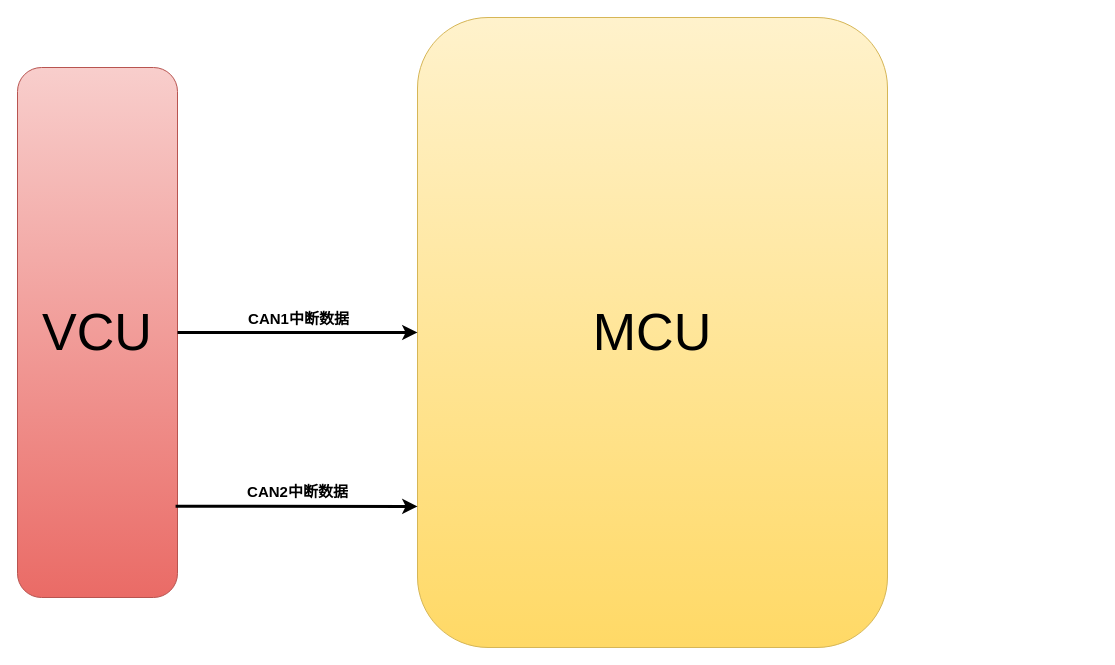
This is 小牛MCU框架图.drawio from liangchaojiang/WindowsProject1, a draw.io file, before an edit. Source tidied: cells renumbered, new cells numbered last; positions are measured from the earlier drawing's top-left corner, leaving out a move shared by most shapes. Both pictures are drawn from the tidied source at 100%, with x=0, y=0 at pixel (17, 17).
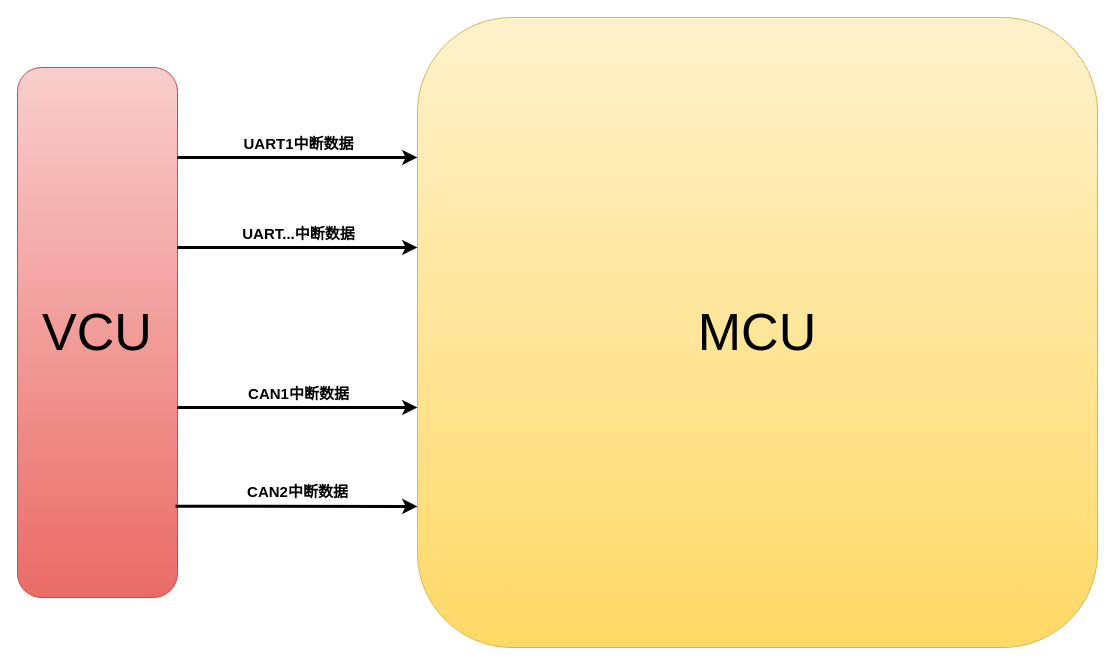
The same page after the edit.

Commit message (it also covers changes not shown here):
更新小牛MCU框架图.drawio

Change to the diagram source:
```diff
@@
 <mxGraphModel>
   <root>
     <mxCell id="0" />
     <mxCell id="1" parent="0" />
     <mxCell id="2" value="&lt;font style=&quot;font-size: 52px;&quot;&gt;MCU&lt;/font&gt;" style="rounded=1;whiteSpace=wrap;html=1;fillColor=#fff2cc;gradientColor=#ffd966;strokeColor=#d6b656;" parent="1" vertex="1">
-      <mxGeometry x="400" width="470" height="630" as="geometry" />
+      <mxGeometry x="400" width="680" height="630" as="geometry" />
     </mxCell>
     <mxCell id="3" value="&lt;font style=&quot;font-size: 52px;&quot;&gt;VCU&lt;/font&gt;" style="rounded=1;whiteSpace=wrap;html=1;fillColor=#f8cecc;gradientColor=#ea6b66;strokeColor=#b85450;" parent="1" vertex="1">
       <mxGeometry y="50" width="160" height="530" as="geometry" />
     </mxCell>
-    <mxCell id="4" style="endArrow=classic;html=1;rounded=0;strokeWidth=3;" parent="1" edge="1" source="3" target="2">
-      <mxGeometry relative="1" as="geometry" />
+    <mxCell id="4" style="endArrow=classic;html=1;rounded=0;strokeWidth=3;" parent="1" edge="1">
+      <mxGeometry relative="1" as="geometry">
+        <mxPoint x="160" y="390" as="sourcePoint" />
+        <mxPoint x="400" y="390" as="targetPoint" />
+        <Array as="points">
+          <mxPoint x="330" y="390" />
+        </Array>
+      </mxGeometry>
     </mxCell>
     <mxCell id="5" value="CAN1中断数据" style="edgeLabel;html=1;align=center;verticalAlign=middle;fontStyle=1;fontSize=15;" parent="4" vertex="1">
       <mxGeometry y="1" relative="1" as="geometry">
         <mxPoint y="-14" as="offset" />
       </mxGeometry>
     </mxCell>
     <mxCell id="6" style="endArrow=classic;html=1;rounded=0;exitX=0.988;exitY=0.828;exitDx=0;exitDy=0;exitPerimeter=0;strokeWidth=3;entryX=0;entryY=0.776;entryDx=0;entryDy=0;entryPerimeter=0;" parent="1" edge="1" source="3" target="2">
       <mxGeometry relative="1" as="geometry" />
     </mxCell>
     <mxCell id="7" value="CAN2中断数据" style="edgeLabel;html=1;align=center;verticalAlign=middle;fontStyle=1;fontSize=15;" parent="6" vertex="1">
       <mxGeometry y="1" relative="1" as="geometry">
         <mxPoint y="-14" as="offset" />
       </mxGeometry>
     </mxCell>
+    <mxCell id="8" style="endArrow=classic;html=1;rounded=0;strokeWidth=3;" parent="1" edge="1">
+      <mxGeometry relative="1" as="geometry">
+        <mxPoint x="160" y="140" as="sourcePoint" />
+        <mxPoint x="400" y="140" as="targetPoint" />
+      </mxGeometry>
+    </mxCell>
+    <mxCell id="9" value="UART1中断数据" style="edgeLabel;html=1;align=center;verticalAlign=middle;fontStyle=1;fontSize=15;" parent="8" vertex="1">
+      <mxGeometry y="1" relative="1" as="geometry">
+        <mxPoint y="-14" as="offset" />
+      </mxGeometry>
+    </mxCell>
+    <mxCell id="10" style="endArrow=classic;html=1;rounded=0;strokeWidth=3;" parent="1" edge="1">
+      <mxGeometry relative="1" as="geometry">
+        <mxPoint x="160" y="230" as="sourcePoint" />
+        <mxPoint x="400" y="230" as="targetPoint" />
+      </mxGeometry>
+    </mxCell>
+    <mxCell id="11" value="UART...中断数据" style="edgeLabel;html=1;align=center;verticalAlign=middle;fontStyle=1;fontSize=15;" parent="10" vertex="1">
+      <mxGeometry y="1" relative="1" as="geometry">
+        <mxPoint y="-14" as="offset" />
+      </mxGeometry>
+    </mxCell>
   </root>
 </mxGraphModel>
```
